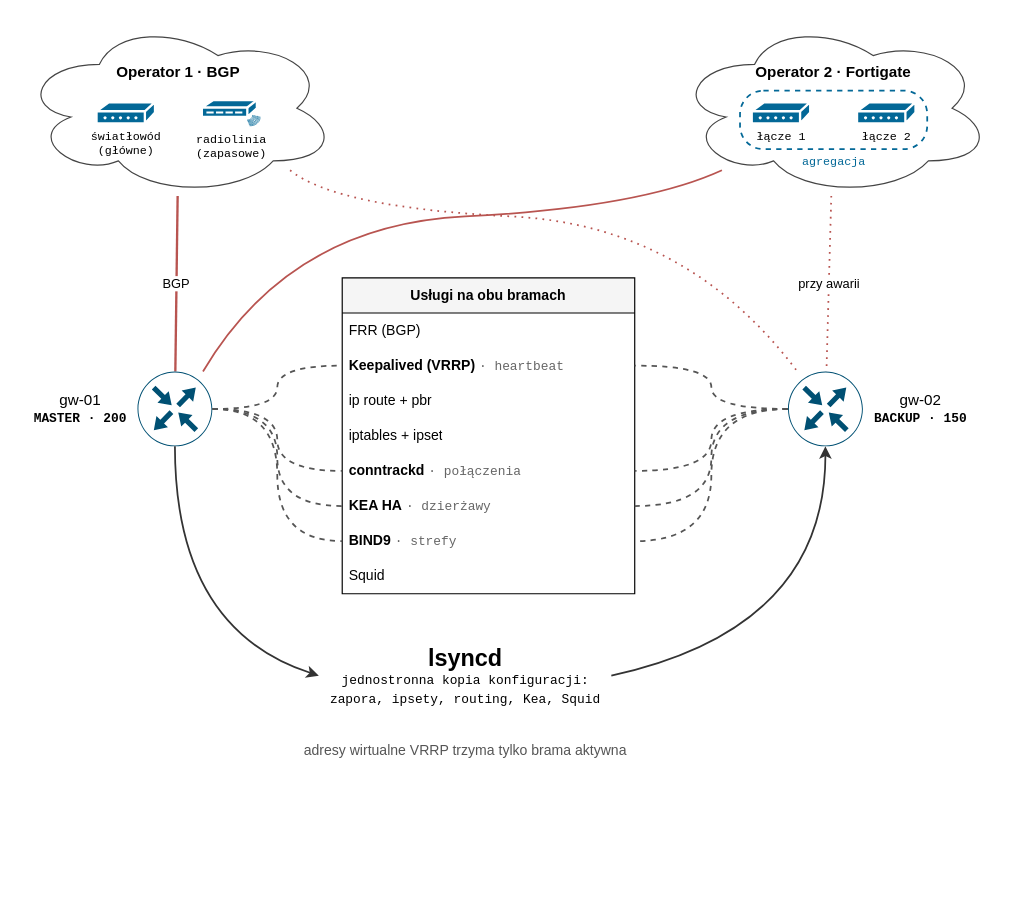
BO-RU-TA/mysnippets keeps this draw.io diagram as redundant-gateways.drawio. Above is the earlier version. Source tidied: cells renumbered, new cells numbered last; positions are measured from the earlier drawing's top-left corner, leaving out a move shared by most shapes. Both pictures are drawn from the tidied source at 117%, with x=0, y=0 at pixel (20, 20).
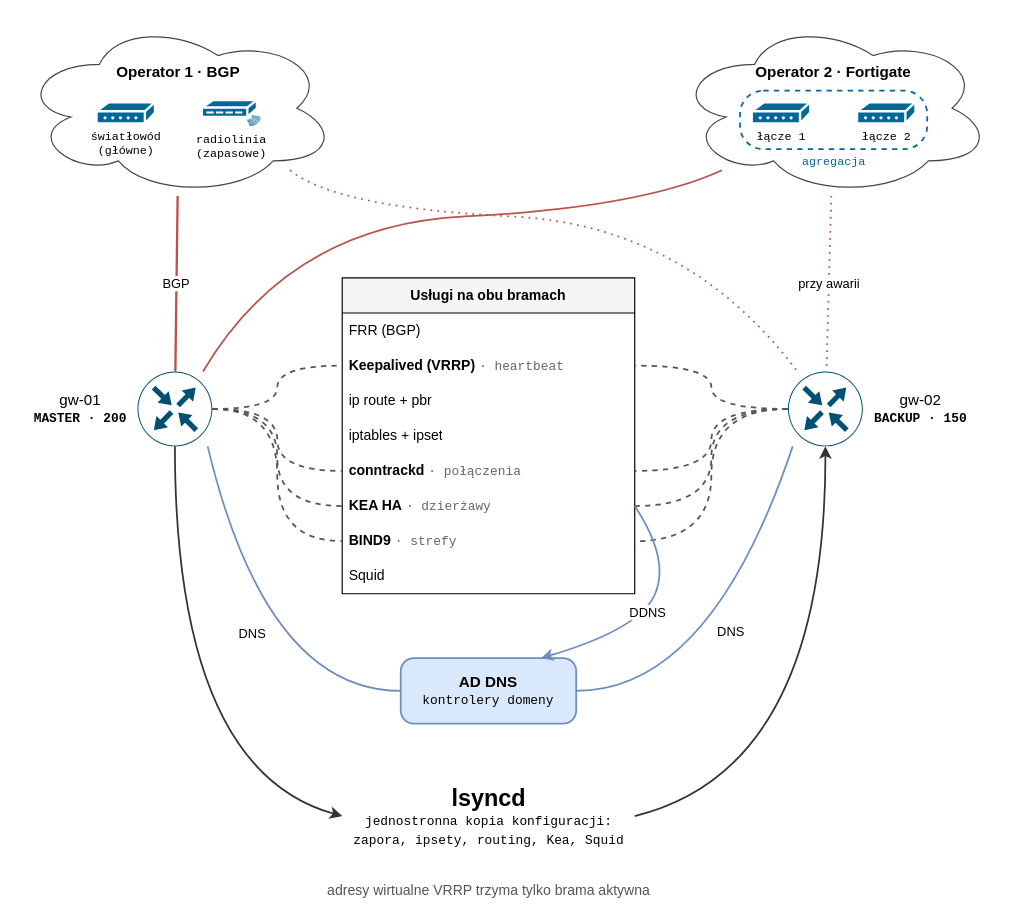
After the change.

Commit message:
redundant-gateways.drawio: AD DNS with DDNS from Kea and DNS from both gateways

Unchanged cells that the change refers to:
```xml
<mxCell id="8" value="&lt;div align=&quot;center&quot;&gt;&lt;span style=&quot;font-weight: normal;&quot;&gt;gw-01&lt;/span&gt;&lt;br&gt;&lt;font face=&quot;Courier New&quot; style=&quot;font-size:11px&quot;&gt;MASTER · 200&lt;/font&gt;&lt;/div&gt;" style="sketch=0;html=1;shape=mxgraph.cisco19.router;fillColor=#005073;strokeColor=none;verticalLabelPosition=bottom;verticalAlign=top;align=center;fontSize=13;fontStyle=1;verticalLabelPosition=middle;labelPosition=left;align=right;verticalAlign=middle;spacingRight=8;" parent="1" vertex="1">
  <mxGeometry x="100" y="300" width="64" height="64" as="geometry" />
</mxCell>
<mxCell id="9" value="&lt;div align=&quot;center&quot;&gt;&lt;span style=&quot;font-weight: normal;&quot;&gt;gw-02&lt;/span&gt;&lt;br&gt;&lt;font face=&quot;Courier New&quot; style=&quot;font-size:11px&quot;&gt;BACKUP · 150&lt;/font&gt;&lt;/div&gt;" style="sketch=0;html=1;shape=mxgraph.cisco19.router;fillColor=#005073;strokeColor=none;verticalLabelPosition=bottom;verticalAlign=top;align=center;fontSize=13;fontStyle=1;verticalLabelPosition=middle;labelPosition=right;align=left;verticalAlign=middle;spacingLeft=8;" parent="1" vertex="1">
  <mxGeometry x="656" y="300" width="64" height="64" as="geometry" />
</mxCell>
<mxCell id="20" value="&lt;b&gt;KEA HA&lt;/b&gt; &lt;span style=&quot;font-weight:normal;font-family:Courier New;font-size:11px;color:#666&quot;&gt;· dzierżawy&lt;/span&gt;" style="text;strokeColor=none;fillColor=none;align=left;verticalAlign=middle;spacingLeft=4;spacingRight=4;overflow=hidden;points=[[0,0.5],[1,0.5]];portConstraint=eastwest;whiteSpace=wrap;html=1;" parent="14" vertex="1">
  <mxGeometry y="180" width="250" height="30" as="geometry" />
</mxCell>
```

What changed in the source:
```diff
@@
     <mxCell id="10" value="&lt;b style='font-size:20px'&gt;lsyncd&lt;/b&gt;&lt;br&gt;&lt;font face=&quot;Courier New&quot; style=&quot;font-size:11px&quot;&gt;jednostronna kopia konfiguracji:&lt;br&gt;zapora, ipsety, routing, Kea, Squid&lt;/font&gt;" style="text;html=1;align=center;verticalAlign=middle;" parent="1" vertex="1">
-      <mxGeometry x="255" y="530" width="250" height="60" as="geometry" />
+      <mxGeometry x="275" y="650" width="250" height="60" as="geometry" />
     </mxCell>
     <mxCell id="11" style="endArrow=classic;html=1;curved=1;strokeColor=#333333;strokeWidth=1.5;exitX=0.5;exitY=1;exitDx=0;exitDy=0;entryX=0;entryY=0.5;entryDx=0;entryDy=0;" parent="1" edge="1" source="8" target="10">
       <mxGeometry relative="1" as="geometry">
         <Array as="points">
-          <mxPoint x="132" y="520" />
+          <mxPoint x="132" y="640" />
         </Array>
       </mxGeometry>
     </mxCell>
     <mxCell id="12" style="endArrow=classic;html=1;curved=1;strokeColor=#333333;strokeWidth=1.5;exitX=1;exitY=0.5;exitDx=0;exitDy=0;entryX=0.5;entryY=1;entryDx=0;entryDy=0;" parent="1" edge="1" source="10" target="9">
       <mxGeometry relative="1" as="geometry">
         <Array as="points">
-          <mxPoint x="688" y="520" />
+          <mxPoint x="688" y="640" />
         </Array>
       </mxGeometry>
     </mxCell>
     <mxCell id="13" value="adresy wirtualne VRRP trzyma tylko brama aktywna" style="text;html=1;align=center;fontSize=12;fontColor=#555555;" parent="1" vertex="1">
-      <mxGeometry x="220" y="610" width="320" height="22" as="geometry" />
+      <mxGeometry x="240" y="730" width="320" height="22" as="geometry" />
     </mxCell>
@@
+    <mxCell id="36" value="AD DNS&lt;br&gt;&lt;font face=&quot;Courier New&quot; style=&quot;font-size:11px;font-weight:normal&quot;&gt;kontrolery domeny&lt;/font&gt;" style="rounded=1;whiteSpace=wrap;html=1;arcSize=20;fillColor=#dae8fc;strokeColor=#6c8ebf;strokeWidth=1.5;fontStyle=1;fontSize=13;" parent="1" vertex="1">
+      <mxGeometry x="325" y="545" width="150" height="56" as="geometry" />
+    </mxCell>
+    <mxCell id="37" value="DNS" style="endArrow=none;html=1;curved=1;strokeColor=#6c8ebf;strokeWidth=1.5;fontSize=11;labelBackgroundColor=#ffffff;exitX=0.85;exitY=0.9;exitDx=0;exitDy=0;entryX=0;entryY=0.5;entryDx=0;entryDy=0;" parent="1" edge="1" source="8" target="36">
+      <mxGeometry relative="1" as="geometry">
+        <Array as="points">
+          <mxPoint x="210" y="573" />
+        </Array>
+      </mxGeometry>
+    </mxCell>
+    <mxCell id="38" value="DNS" style="endArrow=none;html=1;curved=1;strokeColor=#6c8ebf;strokeWidth=1.5;fontSize=11;labelBackgroundColor=#ffffff;exitX=0.15;exitY=0.9;exitDx=0;exitDy=0;entryX=1;entryY=0.5;entryDx=0;entryDy=0;" parent="1" edge="1" source="9" target="36">
+      <mxGeometry relative="1" as="geometry">
+        <Array as="points">
+          <mxPoint x="590" y="573" />
+        </Array>
+      </mxGeometry>
+    </mxCell>
+    <mxCell id="39" value="DDNS" style="endArrow=classic;html=1;curved=1;strokeColor=#6c8ebf;strokeWidth=1.5;fontSize=11;labelBackgroundColor=#ffffff;exitX=1;exitY=0.5;exitDx=0;exitDy=0;entryX=0.8;entryY=0;entryDx=0;entryDy=0;" parent="1" edge="1" source="20" target="36">
+      <mxGeometry relative="1" as="geometry">
+        <Array as="points">
+          <mxPoint x="555" y="460" />
+          <mxPoint x="530" y="520" />
+        </Array>
+      </mxGeometry>
+    </mxCell>
```
